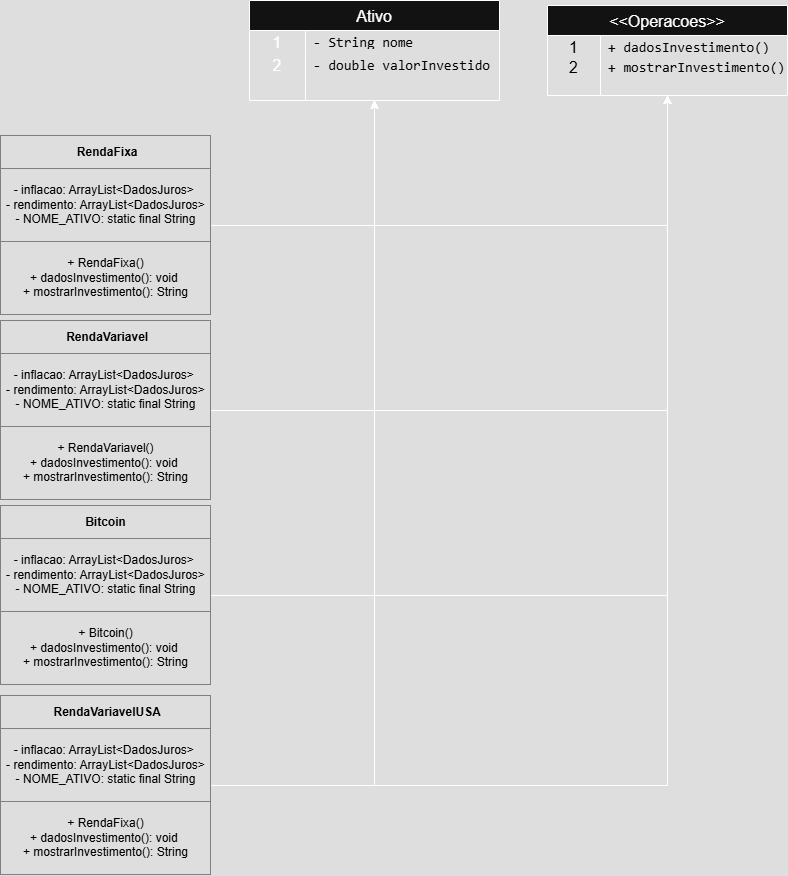
ViniciusAndreGoncalves/SimuladorInvestimento1 keeps this draw.io diagram as DiagramaCalculadora.drawio.png. Above is the earlier version. Source tidied: cells renumbered, new cells last; positions are measured from the earlier drawing's top-left corner, leaving out a move shared by most shapes.
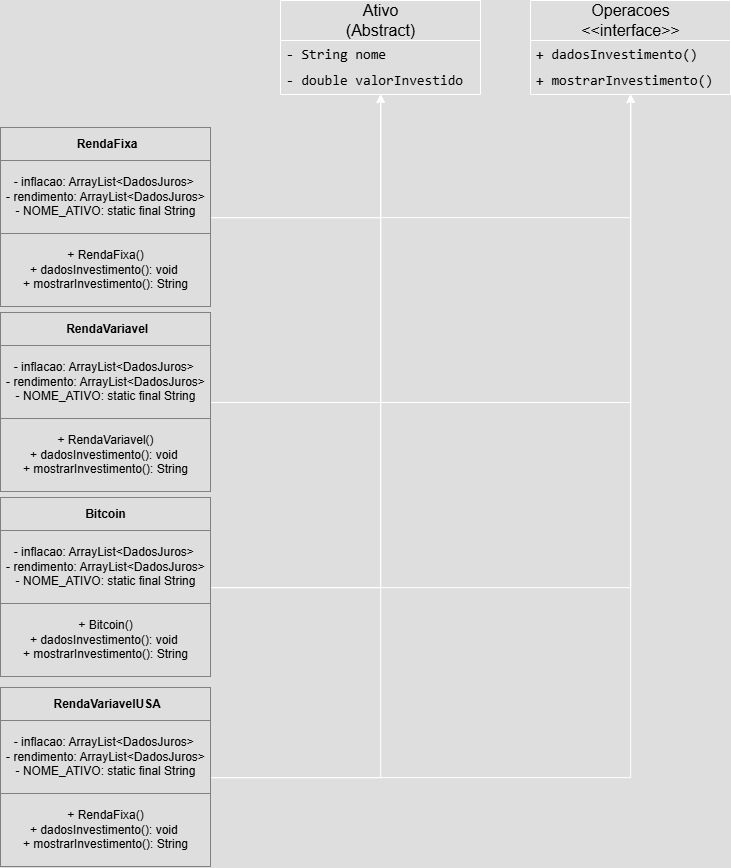
Above is the later version.

The edit, as a diff of the source:
```diff
@@ -2,101 +2,59 @@
   <root>
     <mxCell id="0" />
     <mxCell id="1" parent="0" />
-    <mxCell id="2" value="Ativo" style="shape=table;startSize=30;rowLines=0;fontStyle=0;strokeColor=default;fontSize=16;" parent="1" vertex="1">
-      <mxGeometry x="249" width="250" height="100" as="geometry" />
-    </mxCell>
-    <mxCell id="3" style="shape=tableRow;horizontal=0;startSize=0;swimlaneHead=0;swimlaneBody=0;top=0;left=0;bottom=0;right=0;fillColor=none;strokeColor=inherit;fontSize=16;" parent="2" vertex="1">
-      <mxGeometry y="30" width="250" height="20" as="geometry" />
-    </mxCell>
-    <mxCell id="4" value="1" style="shape=partialRectangle;html=1;whiteSpace=wrap;fillColor=none;top=0;left=0;bottom=0;right=0;overflow=hidden;strokeColor=inherit;fontSize=16;" parent="3" vertex="1">
-      <mxGeometry width="56" height="20" as="geometry" />
-    </mxCell>
+    <mxCell id="34" style="edgeStyle=orthogonalEdgeStyle;rounded=0;jettySize=auto;html=1;labelBackgroundColor=none;fontColor=light-dark(#000000,#000000);" parent="1" edge="1" source="24" target="42">
+      <mxGeometry relative="1" as="geometry" />
+    </mxCell>
+    <mxCell id="35" style="edgeStyle=orthogonalEdgeStyle;rounded=0;jettySize=auto;html=1;labelBackgroundColor=none;fontColor=light-dark(#000000,#000000);" parent="1" edge="1" source="24" target="43">
+      <mxGeometry relative="1" as="geometry" />
+    </mxCell>
+    <mxCell id="24" value="&lt;table border=&quot;1&quot; width=&quot;100%&quot; height=&quot;100%&quot; cellpadding=&quot;4&quot; style=&quot;width:100%;height:100%;border-collapse:collapse;&quot;&gt;&lt;tbody&gt;&lt;tr&gt;&lt;th align=&quot;center&quot;&gt;&amp;nbsp;RendaFixa&lt;/th&gt;&lt;/tr&gt;&lt;tr&gt;&lt;td align=&quot;center&quot;&gt;- inflacao: ArrayList&amp;lt;DadosJuros&amp;gt;&amp;nbsp;&lt;br&gt;- rendimento: ArrayList&amp;lt;DadosJuros&amp;gt;&lt;br&gt;- NOME_ATIVO: static final String&lt;/td&gt;&lt;/tr&gt;&lt;tr&gt;&lt;td align=&quot;center&quot;&gt;+ RendaFixa()&lt;br&gt;+ dadosInvestimento(): void&amp;nbsp;&lt;br&gt;+ mostrarInvestimento(): String&lt;/td&gt;&lt;/tr&gt;&lt;/tbody&gt;&lt;/table&gt;" style="text;html=1;whiteSpace=wrap;strokeColor=none;fillColor=none;overflow=fill;rounded=0;labelBackgroundColor=none;fontColor=light-dark(#000000,#000000);" parent="1" vertex="1">
+      <mxGeometry y="135" width="211" height="180" as="geometry" />
+    </mxCell>
+    <mxCell id="36" style="edgeStyle=orthogonalEdgeStyle;rounded=0;jettySize=auto;html=1;labelBackgroundColor=none;fontColor=light-dark(#000000,#000000);" parent="1" edge="1" source="27" target="42">
+      <mxGeometry relative="1" as="geometry" />
+    </mxCell>
+    <mxCell id="37" style="edgeStyle=orthogonalEdgeStyle;rounded=0;jettySize=auto;html=1;labelBackgroundColor=none;fontColor=light-dark(#000000,#000000);" parent="1" edge="1" source="27" target="43">
+      <mxGeometry relative="1" as="geometry" />
+    </mxCell>
+    <mxCell id="27" value="&lt;table border=&quot;1&quot; width=&quot;100%&quot; height=&quot;100%&quot; cellpadding=&quot;4&quot; style=&quot;width:100%;height:100%;border-collapse:collapse;&quot;&gt;&lt;tbody&gt;&lt;tr&gt;&lt;th align=&quot;center&quot;&gt;Bitcoin&lt;/th&gt;&lt;/tr&gt;&lt;tr&gt;&lt;td align=&quot;center&quot;&gt;- inflacao: ArrayList&amp;lt;DadosJuros&amp;gt;&amp;nbsp;&lt;br&gt;- rendimento: ArrayList&amp;lt;DadosJuros&amp;gt;&lt;br&gt;- NOME_ATIVO: static final String&lt;/td&gt;&lt;/tr&gt;&lt;tr&gt;&lt;td align=&quot;center&quot;&gt;+ Bitcoin()&lt;br&gt;+ dadosInvestimento(): void&amp;nbsp;&lt;br&gt;+ mostrarInvestimento(): String&lt;/td&gt;&lt;/tr&gt;&lt;/tbody&gt;&lt;/table&gt;" style="text;html=1;whiteSpace=wrap;strokeColor=none;fillColor=none;overflow=fill;rounded=0;labelBackgroundColor=none;fontColor=light-dark(#000000,#000000);" parent="1" vertex="1">
+      <mxGeometry y="505" width="211" height="180" as="geometry" />
+    </mxCell>
+    <mxCell id="38" style="edgeStyle=orthogonalEdgeStyle;rounded=0;jettySize=auto;html=1;labelBackgroundColor=none;fontColor=light-dark(#000000,#000000);" parent="1" edge="1" source="30" target="42">
+      <mxGeometry relative="1" as="geometry" />
+    </mxCell>
+    <mxCell id="39" style="edgeStyle=orthogonalEdgeStyle;rounded=0;jettySize=auto;html=1;labelBackgroundColor=none;fontColor=light-dark(#000000,#000000);" parent="1" edge="1" source="30" target="43">
+      <mxGeometry relative="1" as="geometry" />
+    </mxCell>
+    <mxCell id="30" value="&lt;table border=&quot;1&quot; width=&quot;100%&quot; height=&quot;100%&quot; cellpadding=&quot;4&quot; style=&quot;width:100%;height:100%;border-collapse:collapse;&quot;&gt;&lt;tbody&gt;&lt;tr&gt;&lt;th align=&quot;center&quot;&gt;&amp;nbsp;RendaVariavelUSA&lt;/th&gt;&lt;/tr&gt;&lt;tr&gt;&lt;td align=&quot;center&quot;&gt;- inflacao: ArrayList&amp;lt;DadosJuros&amp;gt;&amp;nbsp;&lt;br&gt;- rendimento: ArrayList&amp;lt;DadosJuros&amp;gt;&lt;br&gt;- NOME_ATIVO: static final String&lt;/td&gt;&lt;/tr&gt;&lt;tr&gt;&lt;td align=&quot;center&quot;&gt;+ RendaFixa()&lt;br&gt;+ dadosInvestimento(): void&amp;nbsp;&lt;br&gt;+ mostrarInvestimento(): String&lt;/td&gt;&lt;/tr&gt;&lt;/tbody&gt;&lt;/table&gt;" style="text;html=1;whiteSpace=wrap;strokeColor=none;fillColor=none;overflow=fill;rounded=0;labelBackgroundColor=none;fontColor=light-dark(#000000,#000000);" parent="1" vertex="1">
+      <mxGeometry y="695" width="211" height="180" as="geometry" />
+    </mxCell>
+    <mxCell id="40" style="edgeStyle=orthogonalEdgeStyle;rounded=0;jettySize=auto;html=1;labelBackgroundColor=none;fontColor=light-dark(#000000,#000000);" parent="1" edge="1" source="33" target="42">
+      <mxGeometry relative="1" as="geometry" />
+    </mxCell>
+    <mxCell id="41" style="edgeStyle=orthogonalEdgeStyle;rounded=0;jettySize=auto;html=1;labelBackgroundColor=default;fontColor=light-dark(#000000,#000000);labelBorderColor=light-dark(#000000,#000000);" parent="1" edge="1" source="33" target="43">
+      <mxGeometry relative="1" as="geometry" />
+    </mxCell>
+    <mxCell id="33" value="&lt;table border=&quot;1&quot; width=&quot;100%&quot; height=&quot;100%&quot; cellpadding=&quot;4&quot; style=&quot;width:100%;height:100%;border-collapse:collapse;&quot;&gt;&lt;tbody&gt;&lt;tr&gt;&lt;th align=&quot;center&quot;&gt;&amp;nbsp;RendaVariavel&lt;/th&gt;&lt;/tr&gt;&lt;tr&gt;&lt;td align=&quot;center&quot;&gt;- inflacao: ArrayList&amp;lt;DadosJuros&amp;gt;&amp;nbsp;&lt;br&gt;- rendimento: ArrayList&amp;lt;DadosJuros&amp;gt;&lt;br&gt;- NOME_ATIVO: static final String&lt;/td&gt;&lt;/tr&gt;&lt;tr&gt;&lt;td align=&quot;center&quot;&gt;+ RendaVariavel()&lt;br&gt;+ dadosInvestimento(): void&amp;nbsp;&lt;br&gt;+ mostrarInvestimento(): String&lt;/td&gt;&lt;/tr&gt;&lt;/tbody&gt;&lt;/table&gt;" style="text;html=1;whiteSpace=wrap;strokeColor=none;fillColor=none;overflow=fill;rounded=0;labelBackgroundColor=none;fontColor=light-dark(#000000,#000000);" parent="1" vertex="1">
+      <mxGeometry y="320" width="211" height="180" as="geometry" />
+    </mxCell>
+    <mxCell id="42" value="&lt;span style=&quot;font-size: 16px;&quot;&gt;Ativo&lt;/span&gt;&lt;div&gt;&lt;span style=&quot;font-size: 16px;&quot;&gt;(Abstract)&lt;/span&gt;&lt;/div&gt;" style="swimlane;fontStyle=0;horizontal=1;startSize=40;fillColor=none;html=1;rounded=0;labelBackgroundColor=none;fontColor=light-dark(#000000,#000000);" parent="1" vertex="1">
+      <mxGeometry x="280" y="8" width="200" height="94" as="geometry" />
+    </mxCell>
-    <mxCell id="5" value="&lt;div style=&quot;font-family: Consolas, &amp;quot;Courier New&amp;quot;, monospace; font-size: 14px; line-height: 19px; white-space: pre;&quot;&gt;&lt;span&gt;&lt;font style=&quot;color: light-dark(rgb(204, 204, 204), rgb(0, 0, 0));&quot;&gt;- String nome&lt;/font&gt;&lt;/span&gt;&lt;/div&gt;" style="shape=partialRectangle;html=1;whiteSpace=wrap;fillColor=none;top=0;left=0;bottom=0;right=0;align=left;spacingLeft=6;overflow=hidden;strokeColor=inherit;fontSize=16;" parent="3" vertex="1">
-      <mxGeometry x="56" width="194" height="20" as="geometry" />
+    <mxCell id="5" value="&lt;span style=&quot;font-family: Consolas, &amp;quot;Courier New&amp;quot;, monospace; font-size: 14px; white-space: pre;&quot;&gt;- String nome&lt;/span&gt;" style="text;strokeColor=none;fillColor=none;align=left;verticalAlign=top;spacingLeft=4;spacingRight=4;overflow=hidden;whiteSpace=wrap;html=1;rounded=0;labelBackgroundColor=none;fontColor=light-dark(#000000,#000000);" parent="42" vertex="1">
+      <mxGeometry y="40" width="200" height="26" as="geometry" />
     </mxCell>
-    <mxCell id="6" style="shape=tableRow;horizontal=0;startSize=0;swimlaneHead=0;swimlaneBody=0;top=0;left=0;bottom=0;right=0;fillColor=none;strokeColor=inherit;fontSize=16;" parent="2" vertex="1">
-      <mxGeometry y="50" width="250" height="30" as="geometry" />
-    </mxCell>
-    <mxCell id="7" value="2" style="shape=partialRectangle;html=1;whiteSpace=wrap;fillColor=none;top=0;left=0;bottom=0;right=0;overflow=hidden;strokeColor=inherit;fontSize=16;" parent="6" vertex="1">
-      <mxGeometry width="56" height="30" as="geometry" />
-    </mxCell>
-    <mxCell id="8" value="&lt;div style=&quot;font-family: Consolas, &amp;quot;Courier New&amp;quot;, monospace; font-size: 14px; line-height: 19px; white-space: pre;&quot;&gt;&lt;font style=&quot;color: light-dark(rgb(204, 204, 204), rgb(0, 0, 0));&quot;&gt;- double valorInvestido&lt;/font&gt;&lt;/div&gt;" style="shape=partialRectangle;html=1;whiteSpace=wrap;fillColor=none;top=0;left=0;bottom=0;right=0;align=left;spacingLeft=6;overflow=hidden;strokeColor=inherit;fontSize=16;" parent="6" vertex="1">
-      <mxGeometry x="56" width="194" height="30" as="geometry" />
+    <mxCell id="8" value="&lt;span style=&quot;font-family: Consolas, &amp;quot;Courier New&amp;quot;, monospace; font-size: 14px; white-space: pre;&quot;&gt;- double valorInvestido&lt;/span&gt;" style="text;strokeColor=none;fillColor=none;align=left;verticalAlign=top;spacingLeft=4;spacingRight=4;overflow=hidden;whiteSpace=wrap;html=1;rounded=0;labelBackgroundColor=none;fontColor=light-dark(#000000,#000000);" parent="42" vertex="1">
+      <mxGeometry y="66" width="200" height="28" as="geometry" />
     </mxCell>
-    <mxCell id="9" style="shape=tableRow;horizontal=0;startSize=0;swimlaneHead=0;swimlaneBody=0;top=0;left=0;bottom=0;right=0;fillColor=none;strokeColor=inherit;fontSize=16;" parent="2" vertex="1">
-      <mxGeometry y="80" width="250" height="20" as="geometry" />
-    </mxCell>
-    <mxCell id="10" style="shape=partialRectangle;html=1;whiteSpace=wrap;fillColor=none;top=0;left=0;bottom=0;right=0;overflow=hidden;strokeColor=inherit;fontSize=16;" parent="9" vertex="1">
-      <mxGeometry width="56" height="20" as="geometry" />
-    </mxCell>
-    <mxCell id="11" style="shape=partialRectangle;html=1;whiteSpace=wrap;fillColor=none;top=0;left=0;bottom=0;right=0;align=left;spacingLeft=6;overflow=hidden;strokeColor=inherit;fontSize=16;" parent="9" vertex="1">
-      <mxGeometry x="56" width="194" height="20" as="geometry" />
-    </mxCell>
-    <mxCell id="12" value="&lt;&lt;Operacoes&gt;&gt;" style="shape=table;startSize=30;rowLines=0;fontStyle=0;strokeColor=default;fontSize=16;" parent="1" vertex="1">
-      <mxGeometry x="547" y="5" width="240" height="90" as="geometry" />
-    </mxCell>
-    <mxCell id="13" style="shape=tableRow;horizontal=0;startSize=0;swimlaneHead=0;swimlaneBody=0;top=0;left=0;bottom=0;right=0;fillColor=none;strokeColor=inherit;fontSize=16;" parent="12" vertex="1">
-      <mxGeometry y="30" width="240" height="20" as="geometry" />
-    </mxCell>
-    <mxCell id="14" value="&lt;font style=&quot;color: light-dark(rgb(0, 0, 0), rgb(0, 0, 0));&quot;&gt;1&lt;/font&gt;" style="shape=partialRectangle;html=1;whiteSpace=wrap;fillColor=none;top=0;left=0;bottom=0;right=0;overflow=hidden;strokeColor=inherit;fontSize=16;" parent="13" vertex="1">
-      <mxGeometry width="53" height="20" as="geometry" />
-    </mxCell>
+    <mxCell id="43" value="&lt;span style=&quot;font-size: 16px;&quot;&gt;Operacoes&lt;/span&gt;&lt;div&gt;&lt;span style=&quot;font-size: 16px;&quot;&gt;&amp;lt;&amp;lt;interface&amp;gt;&amp;gt;&lt;/span&gt;&lt;/div&gt;" style="swimlane;fontStyle=0;horizontal=1;startSize=40;fillColor=none;html=1;rounded=0;labelBackgroundColor=none;fontColor=light-dark(#000000,#000000);" parent="1" vertex="1">
+      <mxGeometry x="530" y="8" width="200" height="94" as="geometry" />
+    </mxCell>
-    <mxCell id="15" value="&lt;div style=&quot;font-family: Consolas, &amp;quot;Courier New&amp;quot;, monospace; font-size: 14px; line-height: 19px; white-space: pre;&quot;&gt;&lt;span&gt;&lt;font style=&quot;color: light-dark(rgb(204, 204, 204), rgb(0, 0, 0));&quot;&gt;+ dadosInvestimento()&lt;/font&gt;&lt;/span&gt;&lt;/div&gt;" style="shape=partialRectangle;html=1;whiteSpace=wrap;fillColor=none;top=0;left=0;bottom=0;right=0;align=left;spacingLeft=6;overflow=hidden;strokeColor=inherit;fontSize=16;" parent="13" vertex="1">
-      <mxGeometry x="53" width="187" height="20" as="geometry" />
+    <mxCell id="15" value="&lt;span style=&quot;font-family: Consolas, &amp;quot;Courier New&amp;quot;, monospace; font-size: 14px; white-space: pre;&quot;&gt;+ dadosInvestimento()&lt;/span&gt;&lt;div&gt;&lt;span style=&quot;font-family: Consolas, &amp;quot;Courier New&amp;quot;, monospace; font-size: 14px; white-space: pre;&quot;&gt;&lt;br&gt;&lt;/span&gt;&lt;/div&gt;" style="text;strokeColor=none;fillColor=none;align=left;verticalAlign=top;spacingLeft=4;spacingRight=4;overflow=hidden;whiteSpace=wrap;html=1;rounded=0;labelBackgroundColor=none;fontColor=light-dark(#000000,#000000);" parent="43" vertex="1">
+      <mxGeometry y="40" width="200" height="26" as="geometry" />
     </mxCell>
-    <mxCell id="16" style="shape=tableRow;horizontal=0;startSize=0;swimlaneHead=0;swimlaneBody=0;top=0;left=0;bottom=0;right=0;fillColor=none;strokeColor=inherit;fontSize=16;" parent="12" vertex="1">
-      <mxGeometry y="50" width="240" height="20" as="geometry" />
-    </mxCell>
-    <mxCell id="17" value="&lt;font style=&quot;color: light-dark(rgb(0, 0, 0), rgb(0, 0, 0));&quot;&gt;2&lt;/font&gt;" style="shape=partialRectangle;html=1;whiteSpace=wrap;fillColor=none;top=0;left=0;bottom=0;right=0;overflow=hidden;strokeColor=inherit;fontSize=16;" parent="16" vertex="1">
-      <mxGeometry width="53" height="20" as="geometry" />
-    </mxCell>
-    <mxCell id="18" value="&lt;div style=&quot;font-family: Consolas, &amp;quot;Courier New&amp;quot;, monospace; font-size: 14px; line-height: 19px; white-space: pre;&quot;&gt;&lt;span&gt;&lt;font style=&quot;color: light-dark(rgb(204, 204, 204), rgb(0, 0, 0));&quot;&gt;+ mostrarInvestimento()&lt;/font&gt;&lt;/span&gt;&lt;/div&gt;" style="shape=partialRectangle;html=1;whiteSpace=wrap;fillColor=none;top=0;left=0;bottom=0;right=0;align=left;spacingLeft=6;overflow=hidden;strokeColor=inherit;fontSize=16;" parent="16" vertex="1">
-      <mxGeometry x="53" width="187" height="20" as="geometry" />
+    <mxCell id="18" value="&lt;span style=&quot;font-family: Consolas, &amp;quot;Courier New&amp;quot;, monospace; font-size: 14px; white-space: pre;&quot;&gt;+ mostrarInvestimento()&lt;/span&gt;" style="text;strokeColor=none;fillColor=none;align=left;verticalAlign=top;spacingLeft=4;spacingRight=4;overflow=hidden;whiteSpace=wrap;html=1;rounded=0;labelBackgroundColor=none;fontColor=light-dark(#000000,#000000);" parent="43" vertex="1">
+      <mxGeometry y="66" width="200" height="28" as="geometry" />
     </mxCell>
-    <mxCell id="19" style="shape=tableRow;horizontal=0;startSize=0;swimlaneHead=0;swimlaneBody=0;top=0;left=0;bottom=0;right=0;fillColor=none;strokeColor=inherit;fontSize=16;" parent="12" vertex="1">
-      <mxGeometry y="70" width="240" height="20" as="geometry" />
-    </mxCell>
-    <mxCell id="20" style="shape=partialRectangle;html=1;whiteSpace=wrap;fillColor=none;top=0;left=0;bottom=0;right=0;overflow=hidden;strokeColor=inherit;fontSize=16;" parent="19" vertex="1">
-      <mxGeometry width="53" height="20" as="geometry" />
-    </mxCell>
-    <mxCell id="21" style="shape=partialRectangle;html=1;whiteSpace=wrap;fillColor=none;top=0;left=0;bottom=0;right=0;align=left;spacingLeft=6;overflow=hidden;strokeColor=inherit;fontSize=16;" parent="19" vertex="1">
-      <mxGeometry x="53" width="187" height="20" as="geometry" />
-    </mxCell>
-    <mxCell id="22" style="edgeStyle=orthogonalEdgeStyle;rounded=0;jettySize=auto;html=1;" parent="1" edge="1" source="24" target="2">
-      <mxGeometry relative="1" as="geometry" />
-    </mxCell>
-    <mxCell id="23" style="edgeStyle=orthogonalEdgeStyle;rounded=0;jettySize=auto;html=1;fontColor=light-dark(#000000,#000000);" parent="1" edge="1" source="24" target="12">
-      <mxGeometry relative="1" as="geometry" />
-    </mxCell>
-    <mxCell id="24" value="&lt;table style=&quot;width:100%;height:100%;border-collapse:collapse;&quot; cellpadding=&quot;4&quot; height=&quot;100%&quot; width=&quot;100%&quot; border=&quot;1&quot;&gt;&lt;tbody&gt;&lt;tr&gt;&lt;th align=&quot;center&quot;&gt;&amp;nbsp;RendaFixa&lt;/th&gt;&lt;/tr&gt;&lt;tr&gt;&lt;td align=&quot;center&quot;&gt;- inflacao: ArrayList&amp;lt;DadosJuros&amp;gt;&amp;nbsp;&lt;br&gt;- rendimento: ArrayList&amp;lt;DadosJuros&amp;gt;&lt;br&gt;- NOME_ATIVO: static final String&lt;/td&gt;&lt;/tr&gt;&lt;tr&gt;&lt;td align=&quot;center&quot;&gt;+ RendaFixa()&lt;br&gt;+ dadosInvestimento(): void&amp;nbsp;&lt;br&gt;+ mostrarInvestimento(): String&lt;/td&gt;&lt;/tr&gt;&lt;/tbody&gt;&lt;/table&gt;" style="text;html=1;whiteSpace=wrap;strokeColor=none;fillColor=none;overflow=fill;fontColor=light-dark(#000000,#000000);" parent="1" vertex="1">
-      <mxGeometry y="135" width="211" height="180" as="geometry" />
-    </mxCell>
-    <mxCell id="25" style="edgeStyle=orthogonalEdgeStyle;rounded=0;jettySize=auto;html=1;fontColor=light-dark(#000000,#000000);" parent="1" edge="1" source="27" target="12">
-      <mxGeometry relative="1" as="geometry" />
-    </mxCell>
-    <mxCell id="26" style="edgeStyle=orthogonalEdgeStyle;rounded=0;jettySize=auto;html=1;" parent="1" edge="1" source="27" target="2">
-      <mxGeometry relative="1" as="geometry" />
-    </mxCell>
-    <mxCell id="27" value="&lt;table style=&quot;width:100%;height:100%;border-collapse:collapse;&quot; cellpadding=&quot;4&quot; height=&quot;100%&quot; width=&quot;100%&quot; border=&quot;1&quot;&gt;&lt;tbody&gt;&lt;tr&gt;&lt;th align=&quot;center&quot;&gt;Bitcoin&lt;/th&gt;&lt;/tr&gt;&lt;tr&gt;&lt;td align=&quot;center&quot;&gt;- inflacao: ArrayList&amp;lt;DadosJuros&amp;gt;&amp;nbsp;&lt;br&gt;- rendimento: ArrayList&amp;lt;DadosJuros&amp;gt;&lt;br&gt;- NOME_ATIVO: static final String&lt;/td&gt;&lt;/tr&gt;&lt;tr&gt;&lt;td align=&quot;center&quot;&gt;+ Bitcoin()&lt;br&gt;+ dadosInvestimento(): void&amp;nbsp;&lt;br&gt;+ mostrarInvestimento(): String&lt;/td&gt;&lt;/tr&gt;&lt;/tbody&gt;&lt;/table&gt;" style="text;html=1;whiteSpace=wrap;strokeColor=none;fillColor=none;overflow=fill;fontColor=light-dark(#000000,#000000);" parent="1" vertex="1">
-      <mxGeometry y="505" width="211" height="180" as="geometry" />
-    </mxCell>
-    <mxCell id="28" style="edgeStyle=orthogonalEdgeStyle;rounded=0;jettySize=auto;html=1;fontColor=light-dark(#000000,#000000);" parent="1" edge="1" source="30" target="12">
-      <mxGeometry relative="1" as="geometry" />
-    </mxCell>
-    <mxCell id="29" style="edgeStyle=orthogonalEdgeStyle;rounded=0;jettySize=auto;html=1;fontColor=light-dark(#000000,#000000);" parent="1" edge="1" source="30" target="2">
-      <mxGeometry relative="1" as="geometry" />
-    </mxCell>
-    <mxCell id="30" value="&lt;table style=&quot;width:100%;height:100%;border-collapse:collapse;&quot; cellpadding=&quot;4&quot; height=&quot;100%&quot; width=&quot;100%&quot; border=&quot;1&quot;&gt;&lt;tbody&gt;&lt;tr&gt;&lt;th align=&quot;center&quot;&gt;&amp;nbsp;RendaVariavelUSA&lt;/th&gt;&lt;/tr&gt;&lt;tr&gt;&lt;td align=&quot;center&quot;&gt;- inflacao: ArrayList&amp;lt;DadosJuros&amp;gt;&amp;nbsp;&lt;br&gt;- rendimento: ArrayList&amp;lt;DadosJuros&amp;gt;&lt;br&gt;- NOME_ATIVO: static final String&lt;/td&gt;&lt;/tr&gt;&lt;tr&gt;&lt;td align=&quot;center&quot;&gt;+ RendaFixa()&lt;br&gt;+ dadosInvestimento(): void&amp;nbsp;&lt;br&gt;+ mostrarInvestimento(): String&lt;/td&gt;&lt;/tr&gt;&lt;/tbody&gt;&lt;/table&gt;" style="text;html=1;whiteSpace=wrap;strokeColor=none;fillColor=none;overflow=fill;fontColor=light-dark(#000000,#000000);" parent="1" vertex="1">
-      <mxGeometry y="695" width="211" height="180" as="geometry" />
-    </mxCell>
-    <mxCell id="31" style="edgeStyle=orthogonalEdgeStyle;rounded=0;jettySize=auto;html=1;fontColor=light-dark(#000000,#000000);" parent="1" edge="1" source="33" target="12">
-      <mxGeometry relative="1" as="geometry" />
-    </mxCell>
-    <mxCell id="32" style="edgeStyle=orthogonalEdgeStyle;rounded=0;jettySize=auto;html=1;fontColor=light-dark(#000000,#000000);" parent="1" edge="1" source="33" target="2">
-      <mxGeometry relative="1" as="geometry" />
-    </mxCell>
-    <mxCell id="33" value="&lt;table style=&quot;width:100%;height:100%;border-collapse:collapse;&quot; cellpadding=&quot;4&quot; height=&quot;100%&quot; width=&quot;100%&quot; border=&quot;1&quot;&gt;&lt;tbody&gt;&lt;tr&gt;&lt;th align=&quot;center&quot;&gt;&amp;nbsp;RendaVariavel&lt;/th&gt;&lt;/tr&gt;&lt;tr&gt;&lt;td align=&quot;center&quot;&gt;- inflacao: ArrayList&amp;lt;DadosJuros&amp;gt;&amp;nbsp;&lt;br&gt;- rendimento: ArrayList&amp;lt;DadosJuros&amp;gt;&lt;br&gt;- NOME_ATIVO: static final String&lt;/td&gt;&lt;/tr&gt;&lt;tr&gt;&lt;td align=&quot;center&quot;&gt;+ RendaVariavel()&lt;br&gt;+ dadosInvestimento(): void&amp;nbsp;&lt;br&gt;+ mostrarInvestimento(): String&lt;/td&gt;&lt;/tr&gt;&lt;/tbody&gt;&lt;/table&gt;" style="text;html=1;whiteSpace=wrap;strokeColor=none;fillColor=none;overflow=fill;fontColor=light-dark(#000000,#000000);" parent="1" vertex="1">
-      <mxGeometry y="320" width="211" height="180" as="geometry" />
-    </mxCell>
   </root>
 </mxGraphModel>
```
